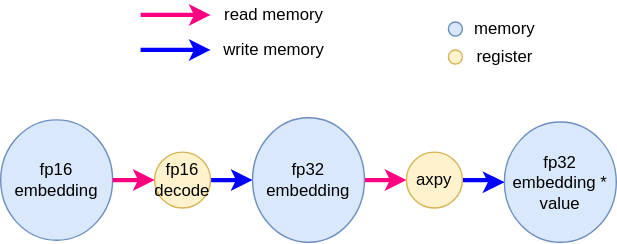
This is fma fp16 data flow.drawio.svg from 111qqz/2018FALL, a draw.io export, as it was before one commit. Source tidied: cells renumbered, new cells last; positions are measured from the earlier drawing's top-left corner, leaving out a move shared by most shapes.
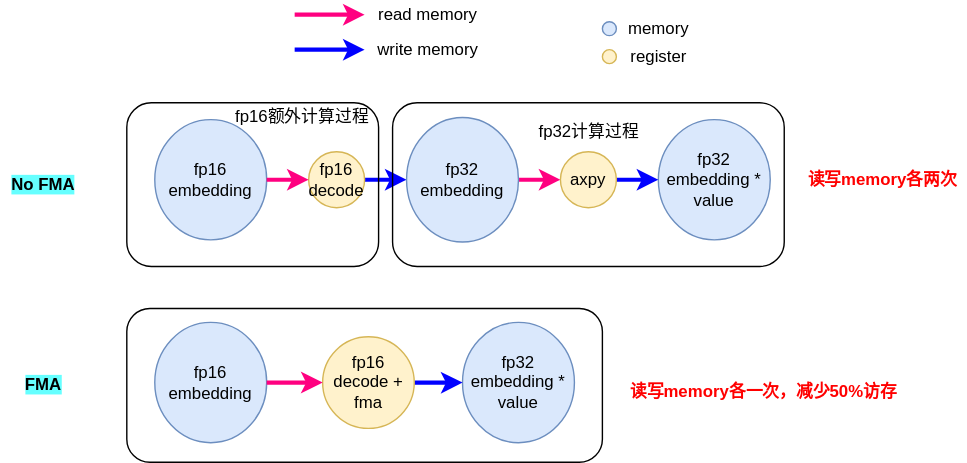
The same diagram one commit later.

Change to the diagram source:
```diff
@@ -8,9 +8,6 @@
     <mxCell id="3" value="fp16 embedding" style="ellipse;whiteSpace=wrap;html=1;fillColor=#dae8fc;strokeColor=#6c8ebf;" parent="1" vertex="1">
       <mxGeometry y="85" width="80" height="86" as="geometry" />
     </mxCell>
-    <mxCell id="4" style="edgeStyle=orthogonalEdgeStyle;rounded=0;jettySize=auto;html=1;entryX=0;entryY=0.5;entryDx=0;entryDy=0;startArrow=none;strokeColor=#0000FF;" parent="1" edge="1" source="11" target="7">
-      <mxGeometry relative="1" as="geometry" />
-    </mxCell>
     <mxCell id="5" style="edgeStyle=orthogonalEdgeStyle;rounded=0;jettySize=auto;html=1;startArrow=none;startFill=0;endArrow=classic;endFill=1;strokeColor=#FF0080;strokeWidth=3;" parent="1" edge="1" source="6" target="11">
       <mxGeometry relative="1" as="geometry" />
     </mxCell>
@@ -18,7 +15,7 @@
       <mxGeometry x="180" y="83.5" width="80" height="89" as="geometry" />
     </mxCell>
     <mxCell id="7" value="fp32 embedding * value" style="ellipse;whiteSpace=wrap;html=1;fillColor=#dae8fc;strokeColor=#6c8ebf;" parent="1" vertex="1">
-      <mxGeometry x="360" y="86.5" width="80" height="86" as="geometry" />
+      <mxGeometry x="360" y="85" width="80" height="86" as="geometry" />
     </mxCell>
     <mxCell id="8" value="fp16 decode" style="ellipse;whiteSpace=wrap;html=1;fillColor=#fff2cc;strokeColor=#d6b656;" parent="1" vertex="1">
       <mxGeometry x="110" y="108" width="40" height="40" as="geometry" />
@@ -26,9 +23,9 @@
     <mxCell id="9" style="edgeStyle=orthogonalEdgeStyle;rounded=0;jettySize=auto;html=1;entryX=0;entryY=0.5;entryDx=0;entryDy=0;endArrow=classic;strokeWidth=3;strokeColor=#FF0080;startArrow=none;startFill=0;endFill=1;" parent="1" edge="1" source="3" target="8">
       <mxGeometry relative="1" as="geometry" />
     </mxCell>
-    <mxCell id="10" style="edgeStyle=orthogonalEdgeStyle;rounded=0;jettySize=auto;html=1;startArrow=none;startFill=0;endArrow=classic;endFill=1;strokeColor=#0000FF;strokeWidth=3;" parent="1" edge="1" source="11" target="7">
-      <mxGeometry relative="1" as="geometry" />
-    </mxCell>
+    <mxCell id="20" style="edgeStyle=orthogonalEdgeStyle;rounded=0;jettySize=auto;html=1;entryX=0;entryY=0.5;entryDx=0;entryDy=0;startArrow=none;startFill=0;endArrow=classic;endFill=1;strokeColor=#0000FF;strokeWidth=3;" parent="1" edge="1" source="11" target="7">
+      <mxGeometry relative="1" as="geometry" />
+    </mxCell>
     <mxCell id="11" value="axpy" style="ellipse;whiteSpace=wrap;html=1;fillColor=#fff2cc;strokeColor=#d6b656;" parent="1" vertex="1">
       <mxGeometry x="290" y="108" width="40" height="40" as="geometry" />
     </mxCell>
@@ -70,5 +67,47 @@
     <mxCell id="19" value="write memory" style="text;html=1;align=center;verticalAlign=middle;strokeColor=none;fillColor=none;" parent="1" vertex="1">
       <mxGeometry x="150" y="25" width="90" height="20" as="geometry" />
     </mxCell>
+    <mxCell id="21" value="fp16 embedding" style="ellipse;whiteSpace=wrap;html=1;fillColor=#dae8fc;strokeColor=#6c8ebf;" parent="1" vertex="1">
+      <mxGeometry y="230" width="80" height="86" as="geometry" />
+    </mxCell>
+    <mxCell id="22" value="fp32 embedding * value" style="ellipse;whiteSpace=wrap;html=1;fillColor=#dae8fc;strokeColor=#6c8ebf;" parent="1" vertex="1">
+      <mxGeometry x="220" y="230" width="80" height="86" as="geometry" />
+    </mxCell>
+    <mxCell id="23" style="edgeStyle=orthogonalEdgeStyle;rounded=0;jettySize=auto;html=1;entryX=0;entryY=0.5;entryDx=0;entryDy=0;startArrow=none;startFill=0;endArrow=classic;endFill=1;strokeColor=#0000FF;strokeWidth=3;" parent="1" edge="1" source="24" target="22">
+      <mxGeometry relative="1" as="geometry" />
+    </mxCell>
+    <mxCell id="24" value="fp16 decode + fma" style="ellipse;whiteSpace=wrap;html=1;fillColor=#fff2cc;strokeColor=#d6b656;" parent="1" vertex="1">
+      <mxGeometry x="120" y="240.2" width="65.5" height="65.5" as="geometry" />
+    </mxCell>
+    <mxCell id="25" style="edgeStyle=orthogonalEdgeStyle;rounded=0;jettySize=auto;html=1;entryX=0;entryY=0.5;entryDx=0;entryDy=0;endArrow=classic;strokeWidth=3;strokeColor=#FF0080;startArrow=none;startFill=0;endFill=1;" parent="1" edge="1" source="21" target="24">
+      <mxGeometry relative="1" as="geometry" />
+    </mxCell>
+    <mxCell id="26" style="rounded=1;whiteSpace=wrap;html=1;fillColor=none;" parent="1" vertex="1">
+      <mxGeometry x="170" y="73" width="280" height="117" as="geometry" />
+    </mxCell>
+    <mxCell id="27" value="fp32计算过程" style="text;html=1;align=center;verticalAlign=middle;strokeColor=none;fillColor=none;" parent="1" vertex="1">
+      <mxGeometry x="265" y="83.5" width="90" height="20" as="geometry" />
+    </mxCell>
+    <mxCell id="28" style="rounded=1;whiteSpace=wrap;html=1;fillColor=none;" parent="1" vertex="1">
+      <mxGeometry x="-20" y="73" width="180" height="117" as="geometry" />
+    </mxCell>
+    <mxCell id="29" value="fp16额外计算过程" style="text;html=1;align=center;verticalAlign=middle;strokeColor=none;fillColor=none;" parent="1" vertex="1">
+      <mxGeometry x="50" y="73" width="110" height="20" as="geometry" />
+    </mxCell>
+    <mxCell id="30" style="rounded=1;whiteSpace=wrap;html=1;fillColor=none;" parent="1" vertex="1">
+      <mxGeometry x="-20" y="220" width="340" height="110" as="geometry" />
+    </mxCell>
+    <mxCell id="31" value="&lt;span style=&quot;background-color: rgb(102 , 255 , 255)&quot;&gt;&lt;b&gt;No FMA&lt;/b&gt;&lt;/span&gt;" style="text;html=1;align=center;verticalAlign=middle;strokeColor=none;fillColor=none;" parent="1" vertex="1">
+      <mxGeometry x="-110" y="121.5" width="60" height="20" as="geometry" />
+    </mxCell>
+    <mxCell id="32" value="&lt;span style=&quot;background-color: rgb(102 , 255 , 255)&quot;&gt;&lt;b&gt;FMA&lt;/b&gt;&lt;/span&gt;" style="text;html=1;align=center;verticalAlign=middle;strokeColor=none;fillColor=none;" parent="1" vertex="1">
+      <mxGeometry x="-100" y="265" width="40" height="20" as="geometry" />
+    </mxCell>
+    <mxCell id="33" value="&lt;font color=&quot;#ff0000&quot;&gt;&lt;b&gt;读写memory各两次&lt;/b&gt;&lt;/font&gt;" style="text;html=1;align=center;verticalAlign=middle;strokeColor=none;fillColor=none;" parent="1" vertex="1">
+      <mxGeometry x="460" y="118" width="120" height="20" as="geometry" />
+    </mxCell>
+    <mxCell id="34" value="&lt;font color=&quot;#ff0000&quot;&gt;&lt;b&gt;读写memory各一次，减少50%访存&lt;/b&gt;&lt;/font&gt;" style="text;html=1;align=center;verticalAlign=middle;strokeColor=none;fillColor=none;" parent="1" vertex="1">
+      <mxGeometry x="330" y="270" width="210" height="20" as="geometry" />
+    </mxCell>
   </root>
 </mxGraphModel>
```
